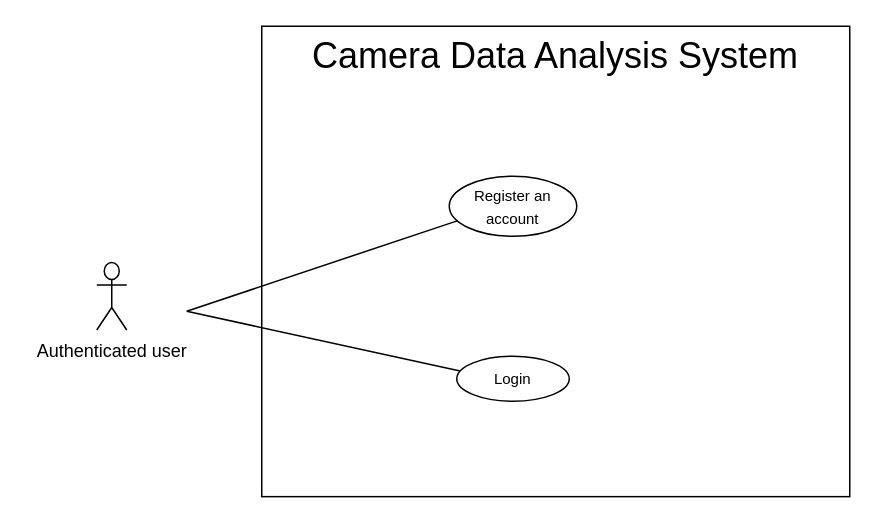
luannmdev/CapstoneDocument keeps this draw.io diagram as 3. Baseline/UsecaseDiagram/AuthenticatedUserOverview.drawio. Above is the earlier version. Source tidied: cells renumbered, new cells numbered last; positions are measured from the earlier drawing's top-left corner, leaving out a move shared by most shapes. Both pictures are drawn from the tidied source at 150%, with x=0, y=0 at pixel (96, 26).
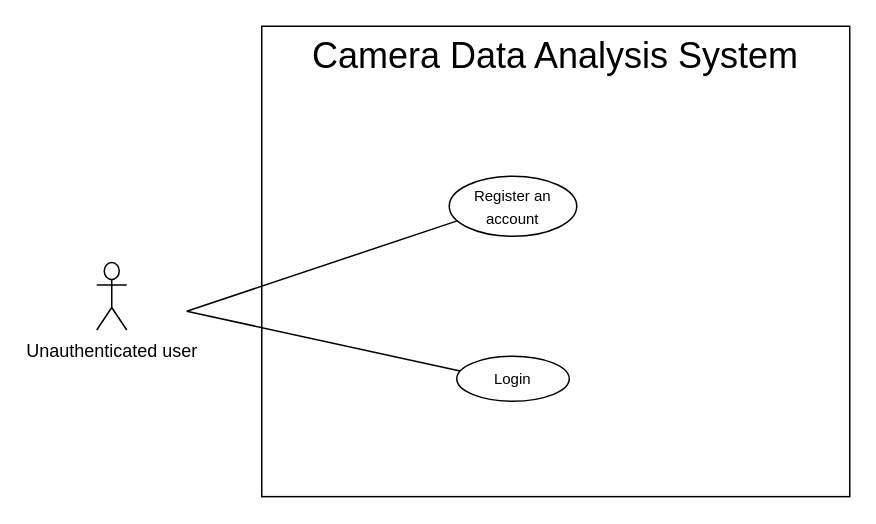
Above is the later version.

The edit, as a diff of the source:
```diff
@@
 <mxGraphModel>
   <root>
     <mxCell id="0" />
     <mxCell id="1" parent="0" />
     <mxCell id="2" style="whiteSpace=wrap;html=1;" parent="1" vertex="1">
       <mxGeometry x="110" width="392" height="313.6" as="geometry" />
     </mxCell>
     <mxCell id="3" value="&lt;font style=&quot;font-size: 24px&quot;&gt;Camera Data Analysis System&lt;/font&gt;" style="text;html=1;strokeColor=none;fillColor=none;align=center;verticalAlign=middle;whiteSpace=wrap;rounded=0;" parent="1" vertex="1">
       <mxGeometry x="141" y="10" width="330" height="20" as="geometry" />
     </mxCell>
-    <mxCell id="4" value="Authenticated user" style="shape=umlActor;verticalLabelPosition=bottom;verticalAlign=top;html=1;" parent="1" vertex="1">
+    <mxCell id="4" value="Unauthenticated user" style="shape=umlActor;verticalLabelPosition=bottom;verticalAlign=top;html=1;" parent="1" vertex="1">
       <mxGeometry y="157.5" width="20" height="45" as="geometry" />
     </mxCell>
     <mxCell id="5" value="&lt;font style=&quot;font-size: 10px&quot;&gt;Login&lt;/font&gt;" style="ellipse;whiteSpace=wrap;html=1;fillColor=#ffffff;gradientColor=none;" parent="1" vertex="1">
       <mxGeometry x="240" y="220" width="75" height="30" as="geometry" />
     </mxCell>
     <mxCell id="6" value="&lt;font style=&quot;font-size: 10px&quot;&gt;Register an account&lt;/font&gt;" style="ellipse;whiteSpace=wrap;html=1;fillColor=#ffffff;gradientColor=none;" parent="1" vertex="1">
       <mxGeometry x="235" y="100" width="85" height="40" as="geometry" />
     </mxCell>
     <mxCell id="7" style="endArrow=none;html=1;rounded=0;exitX=0.03;exitY=0.328;exitDx=0;exitDy=0;exitPerimeter=0;" parent="1" edge="1" source="5">
       <mxGeometry relative="1" as="geometry">
         <mxPoint x="60" y="190" as="targetPoint" />
       </mxGeometry>
     </mxCell>
     <mxCell id="8" style="endArrow=none;html=1;rounded=0;exitX=0.068;exitY=0.739;exitDx=0;exitDy=0;exitPerimeter=0;" parent="1" edge="1" source="6">
       <mxGeometry relative="1" as="geometry">
         <mxPoint x="60" y="190" as="targetPoint" />
       </mxGeometry>
     </mxCell>
   </root>
 </mxGraphModel>
```
